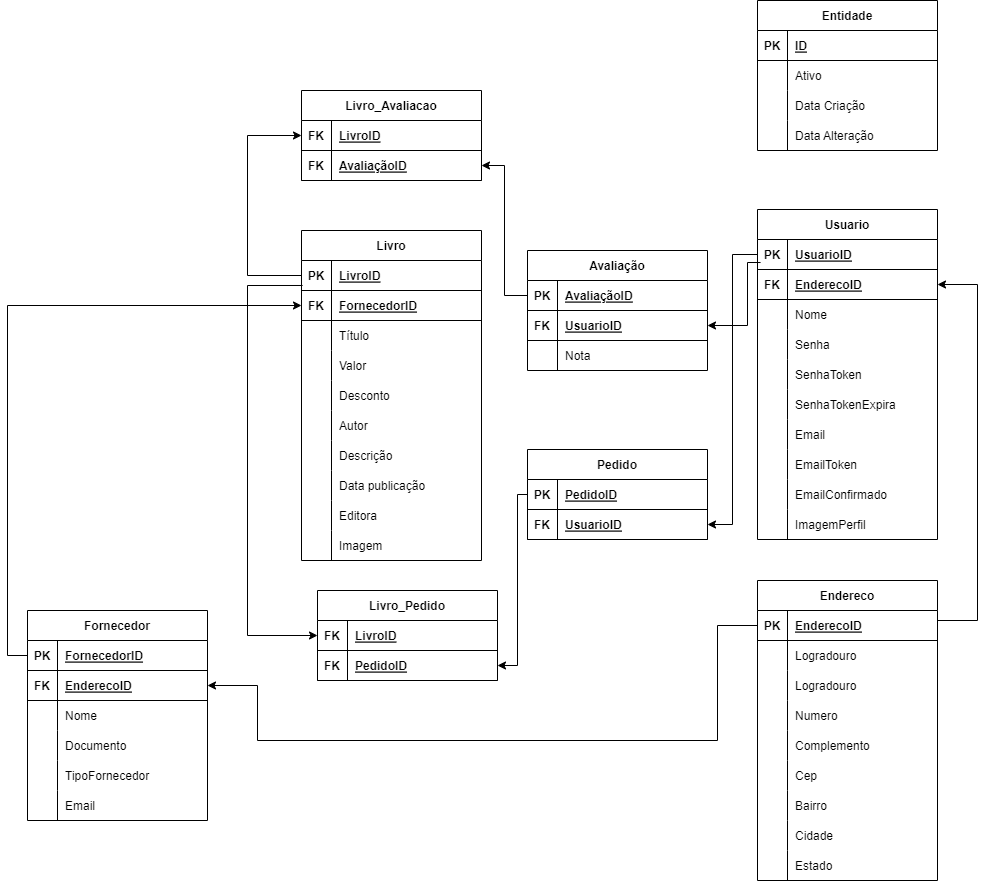
phses/BookStore_API keeps this draw.io diagram as Assets/bookstore_MLR.png. Above is the earlier version. Source tidied: cells renumbered, new cells last; positions are measured from the earlier drawing's top-left corner, leaving out a move shared by most shapes.
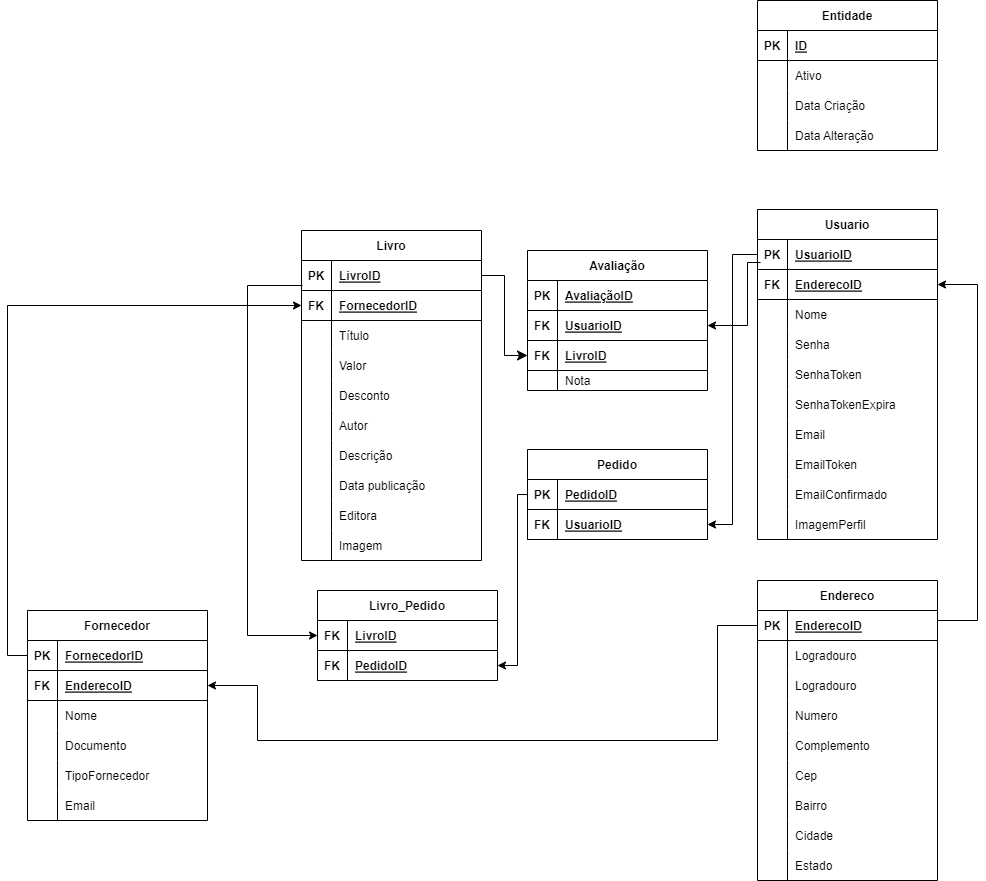
After the change.

Commit message:
fix: alterando modelo relacional

The edit, as a diff of the source:
```diff
@@ -96,7 +96,7 @@
       <mxGeometry x="30" width="150" height="30" as="geometry" />
     </mxCell>
     <mxCell id="33" value="Avaliação" style="shape=table;startSize=30;rowLines=0;fontStyle=1;align=center;" parent="1" vertex="1">
-      <mxGeometry x="500" y="250" width="180" height="120" as="geometry" />
+      <mxGeometry x="500" y="250" width="180" height="140" as="geometry" />
     </mxCell>
     <mxCell id="34" style="shape=tableRow;horizontal=0;startSize=0;swimlaneHead=0;swimlaneBody=0;fillColor=none;points=[[0,0.5],[1,0.5]];portConstraint=eastwest;top=0;left=0;right=0;bottom=1;" parent="33" vertex="1">
       <mxGeometry y="30" width="180" height="30" as="geometry" />
@@ -116,36 +116,24 @@
     <mxCell id="39" value="UsuarioID" style="shape=partialRectangle;fillColor=none;top=0;left=0;bottom=0;right=0;align=left;spacingLeft=6;fontStyle=5;overflow=hidden;" parent="37" vertex="1">
       <mxGeometry x="30" width="150" height="30" as="geometry" />
     </mxCell>
+    <mxCell id="164" style="shape=tableRow;horizontal=0;startSize=0;swimlaneHead=0;swimlaneBody=0;fillColor=none;points=[[0,0.5],[1,0.5]];portConstraint=eastwest;top=0;left=0;right=0;bottom=1;" parent="33" vertex="1">
+      <mxGeometry y="90" width="180" height="30" as="geometry" />
+    </mxCell>
+    <mxCell id="165" value="FK" style="shape=partialRectangle;fillColor=none;top=0;left=0;bottom=0;right=0;fontStyle=1;overflow=hidden;" parent="164" vertex="1">
+      <mxGeometry width="30" height="30" as="geometry" />
+    </mxCell>
+    <mxCell id="46" value="LivroID" style="shape=partialRectangle;fillColor=none;top=0;left=0;bottom=0;right=0;align=left;spacingLeft=6;fontStyle=5;overflow=hidden;" parent="164" vertex="1">
+      <mxGeometry x="30" width="150" height="30" as="geometry" />
+    </mxCell>
     <mxCell id="40" style="shape=tableRow;horizontal=0;startSize=0;swimlaneHead=0;swimlaneBody=0;fillColor=none;top=0;left=0;right=0;bottom=0;" parent="33" vertex="1">
-      <mxGeometry y="90" width="180" height="30" as="geometry" />
+      <mxGeometry y="120" width="180" height="20" as="geometry" />
     </mxCell>
     <mxCell id="41" style="shape=partialRectangle;fillColor=none;top=0;left=0;bottom=0;right=0;overflow=hidden;" parent="40" vertex="1">
-      <mxGeometry width="30" height="30" as="geometry" />
+      <mxGeometry width="30" height="20" as="geometry" />
     </mxCell>
     <mxCell id="42" value="Nota" style="shape=partialRectangle;fillColor=none;top=0;left=0;bottom=0;right=0;align=left;spacingLeft=6;overflow=hidden;" parent="40" vertex="1">
-      <mxGeometry x="30" width="150" height="30" as="geometry" />
+      <mxGeometry x="30" width="150" height="20" as="geometry" />
     </mxCell>
-    <mxCell id="43" value="Livro_Avaliacao" style="shape=table;startSize=30;rowLines=0;fontStyle=1;align=center;" parent="1" vertex="1">
-      <mxGeometry x="274" y="90" width="180" height="90" as="geometry" />
-    </mxCell>
-    <mxCell id="44" style="shape=tableRow;horizontal=0;startSize=0;swimlaneHead=0;swimlaneBody=0;fillColor=none;points=[[0,0.5],[1,0.5]];portConstraint=eastwest;top=0;left=0;right=0;bottom=1;" parent="43" vertex="1">
-      <mxGeometry y="30" width="180" height="30" as="geometry" />
-    </mxCell>
-    <mxCell id="45" value="FK" style="shape=partialRectangle;fillColor=none;top=0;left=0;bottom=0;right=0;fontStyle=1;overflow=hidden;" parent="44" vertex="1">
-      <mxGeometry width="30" height="30" as="geometry" />
-    </mxCell>
-    <mxCell id="46" value="LivroID" style="shape=partialRectangle;fillColor=none;top=0;left=0;bottom=0;right=0;align=left;spacingLeft=6;fontStyle=5;overflow=hidden;" parent="44" vertex="1">
-      <mxGeometry x="30" width="150" height="30" as="geometry" />
-    </mxCell>
-    <mxCell id="47" style="shape=tableRow;horizontal=0;startSize=0;swimlaneHead=0;swimlaneBody=0;fillColor=none;points=[[0,0.5],[1,0.5]];portConstraint=eastwest;top=0;left=0;right=0;bottom=1;" parent="43" vertex="1">
-      <mxGeometry y="60" width="180" height="30" as="geometry" />
-    </mxCell>
-    <mxCell id="48" value="FK" style="shape=partialRectangle;fillColor=none;top=0;left=0;bottom=0;right=0;fontStyle=1;overflow=hidden;" parent="47" vertex="1">
-      <mxGeometry width="30" height="30" as="geometry" />
-    </mxCell>
-    <mxCell id="49" value="AvaliaçãoID" style="shape=partialRectangle;fillColor=none;top=0;left=0;bottom=0;right=0;align=left;spacingLeft=6;fontStyle=5;overflow=hidden;" parent="47" vertex="1">
-      <mxGeometry x="30" width="150" height="30" as="geometry" />
-    </mxCell>
     <mxCell id="50" value="Usuario" style="shape=table;startSize=30;rowLines=0;fontStyle=1;align=center;" parent="1" vertex="1">
       <mxGeometry x="730" y="209" width="180" height="330" as="geometry" />
     </mxCell>
@@ -461,14 +449,6 @@
     <mxCell id="154" value="Estado" style="shape=partialRectangle;fillColor=none;top=0;left=0;bottom=0;right=0;align=left;spacingLeft=6;overflow=hidden;" parent="152" vertex="1">
       <mxGeometry x="30" width="150" height="30" as="geometry" />
     </mxCell>
-    <mxCell id="155" style="edgeStyle=orthogonalEdgeStyle;rounded=0;jettySize=auto;html=1;exitX=0;exitY=0.5;exitDx=0;exitDy=0;entryX=0;entryY=0.5;entryDx=0;entryDy=0;" parent="1" edge="1" source="3" target="44">
-      <mxGeometry relative="1" as="geometry">
-        <Array as="points">
-          <mxPoint x="220" y="275" />
-          <mxPoint x="220" y="135" />
-        </Array>
-      </mxGeometry>
-    </mxCell>
     <mxCell id="156" style="edgeStyle=orthogonalEdgeStyle;rounded=0;jettySize=auto;html=1;exitX=0.006;exitY=-0.167;exitDx=0;exitDy=0;exitPerimeter=0;entryX=0;entryY=0.5;entryDx=0;entryDy=0;" parent="1" edge="1" source="6" target="89">
       <mxGeometry relative="1" as="geometry">
         <Array as="points">
@@ -496,9 +476,6 @@
         </Array>
       </mxGeometry>
     </mxCell>
-    <mxCell id="160" style="edgeStyle=orthogonalEdgeStyle;rounded=0;jettySize=auto;html=1;exitX=0;exitY=0.5;exitDx=0;exitDy=0;entryX=1;entryY=0.5;entryDx=0;entryDy=0;" parent="1" edge="1" source="34" target="47">
-      <mxGeometry relative="1" as="geometry" />
-    </mxCell>
     <mxCell id="161" style="edgeStyle=orthogonalEdgeStyle;rounded=0;jettySize=auto;html=1;exitX=1;exitY=0.5;exitDx=0;exitDy=0;" parent="1" edge="1" source="134" target="54">
       <mxGeometry relative="1" as="geometry">
         <Array as="points">
@@ -521,5 +498,8 @@
     <mxCell id="163" style="edgeStyle=orthogonalEdgeStyle;rounded=0;jettySize=auto;html=1;exitX=0;exitY=0.5;exitDx=0;exitDy=0;entryX=0;entryY=0.5;entryDx=0;entryDy=0;" parent="1" edge="1" source="96" target="6">
       <mxGeometry relative="1" as="geometry" />
     </mxCell>
+    <mxCell id="166" style="edgeStyle=elbowEdgeStyle;elbow=horizontal;endArrow=classic;html=1;curved=0;rounded=0;endSize=8;startSize=8;exitX=1;exitY=0.5;exitDx=0;exitDy=0;entryX=0;entryY=0.5;entryDx=0;entryDy=0;" parent="1" edge="1" source="3" target="164">
+      <mxGeometry relative="1" as="geometry" />
+    </mxCell>
   </root>
 </mxGraphModel>
```
